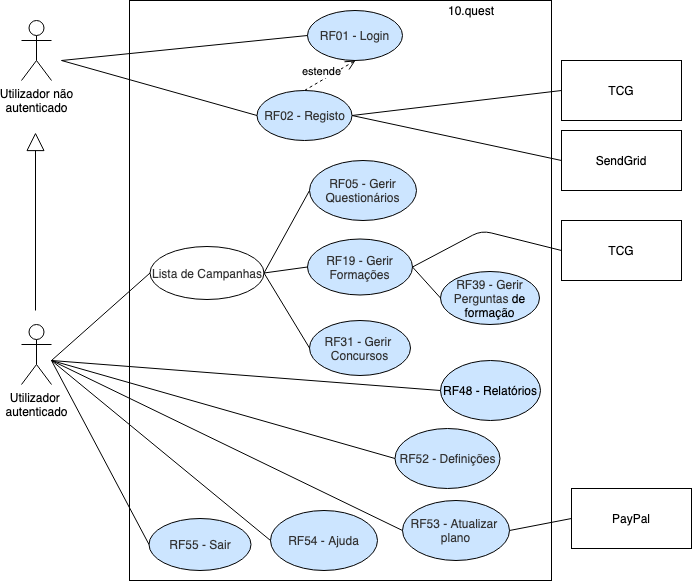
The draw.io diagram img/rf/alto-nivel.png in BrunoGrifo/Tese, before a commit. Source tidied: cells renumbered, new cells last; positions are measured from the earlier drawing's top-left corner, leaving out a move shared by most shapes.
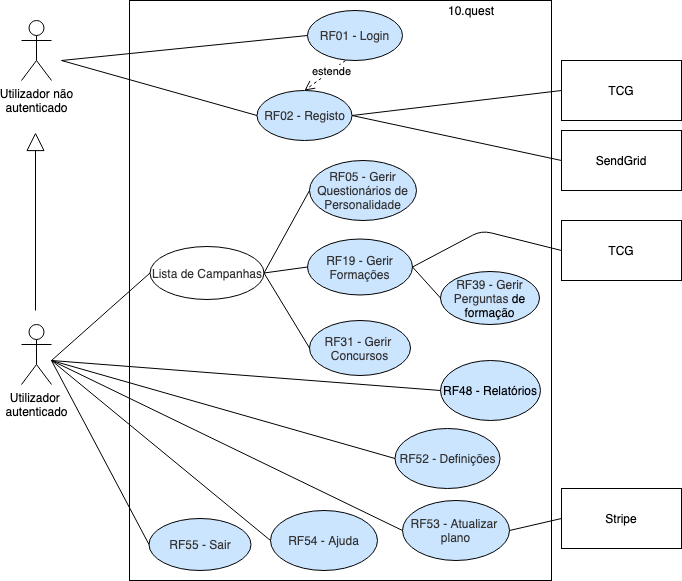
The same diagram one commit later.

Change to the diagram source:
```diff
@@ -36,7 +36,7 @@
         <mxPoint x="14" y="132" as="targetPoint" />
       </mxGeometry>
     </mxCell>
-    <mxCell id="11" value="RF05 - Gerir&lt;br&gt;Questionários" style="ellipse;whiteSpace=wrap;html=1;fillColor=#CCE5FF;strokeColor=#000000;fontColor=#333333;" parent="1" vertex="1">
+    <mxCell id="11" value="RF05 - Gerir&lt;br&gt;Questionários de Personalidade" style="ellipse;whiteSpace=wrap;html=1;fillColor=#CCE5FF;strokeColor=#000000;fontColor=#333333;" parent="1" vertex="1">
       <mxGeometry x="288" y="160" width="107" height="60" as="geometry" />
     </mxCell>
     <mxCell id="12" value="RF19 - Gerir&lt;br&gt;Formações" style="ellipse;whiteSpace=wrap;html=1;fillColor=#CCE5FF;strokeColor=#000000;fontColor=#333333;" parent="1" vertex="1">
@@ -85,8 +85,8 @@
     <mxCell id="23" style="endArrow=none;html=1;exitX=1;exitY=0.5;exitDx=0;exitDy=0;entryX=0;entryY=0.5;entryDx=0;entryDy=0;" parent="1" edge="1" source="14" target="24">
       <mxGeometry relative="1" as="geometry" />
     </mxCell>
-    <mxCell id="24" value="PayPal" style="rounded=0;whiteSpace=wrap;html=1;" parent="1" vertex="1">
-      <mxGeometry x="550" y="488" width="120" height="60" as="geometry" />
+    <mxCell id="24" value="Stripe" style="rounded=0;whiteSpace=wrap;html=1;" parent="1" vertex="1">
+      <mxGeometry x="540" y="488" width="120" height="60" as="geometry" />
     </mxCell>
     <mxCell id="25" value="RF31 - Gerir &lt;br&gt;Concursos" style="ellipse;whiteSpace=wrap;html=1;fillColor=#CCE5FF;strokeColor=#000000;fontColor=#333333;" parent="1" vertex="1">
       <mxGeometry x="288" y="320" width="101" height="55" as="geometry" />
@@ -100,10 +100,8 @@
     <mxCell id="28" style="endArrow=none;html=1;entryX=0;entryY=0.5;entryDx=0;entryDy=0;exitX=1;exitY=0.5;exitDx=0;exitDy=0;" parent="1" edge="1" source="12" target="27">
       <mxGeometry relative="1" as="geometry" />
     </mxCell>
-    <mxCell id="29" value="estende" style="html=1;verticalAlign=bottom;endArrow=open;dashed=1;endSize=8;exitX=0.5;exitY=0;exitDx=0;exitDy=0;" parent="1" edge="1" source="7">
-      <mxGeometry x="-0.33" relative="1" as="geometry">
-        <mxPoint x="334" y="60" as="targetPoint" />
-      </mxGeometry>
+    <mxCell id="29" value="estende" style="html=1;verticalAlign=bottom;endArrow=open;dashed=1;endSize=8;exitX=0.4;exitY=1;exitDx=0;exitDy=0;entryX=0.5;entryY=0;entryDx=0;entryDy=0;exitPerimeter=0;" parent="1" edge="1" source="6" target="7">
+      <mxGeometry x="-0.09" y="8" relative="1" as="geometry" />
     </mxCell>
     <mxCell id="30" style="endArrow=none;html=1;exitX=1;exitY=0.5;exitDx=0;exitDy=0;entryX=0;entryY=0.5;entryDx=0;entryDy=0;" parent="1" edge="1" source="7" target="31">
       <mxGeometry relative="1" as="geometry" />
```
